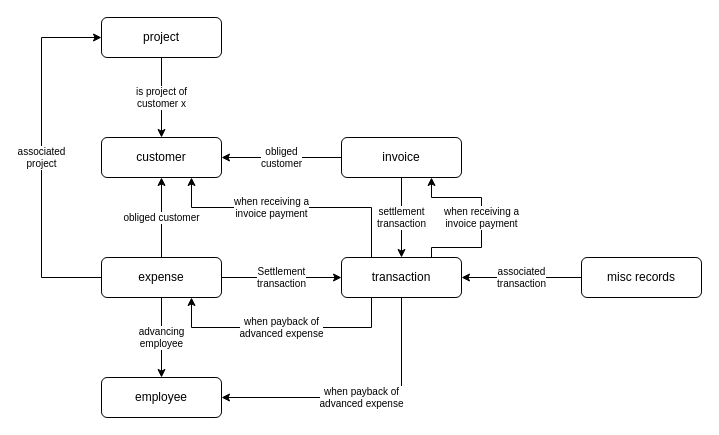
The draw.io diagram misc/data-model.drawio in 72nd/acc, before the edit. Source tidied: cells renumbered, new cells numbered last; positions are measured from the earlier drawing's top-left corner, leaving out a move shared by most shapes. Both pictures are drawn from the tidied source at 100%, with x=0, y=0 at pixel (41, 17).
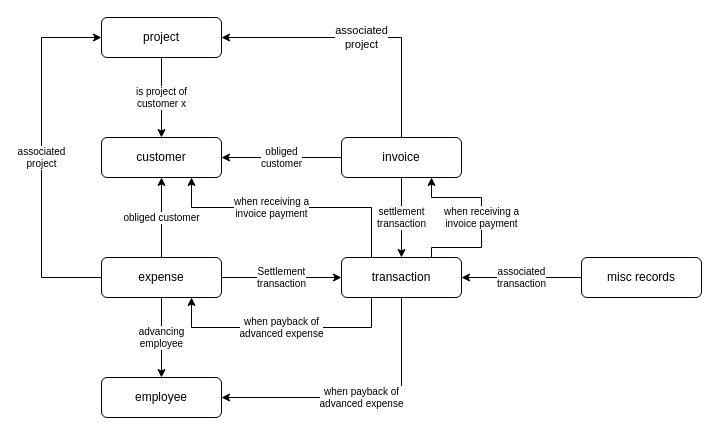
After the change.

Commit message (it also covers changes not shown here):
upated data model

The change refers to these unchanged cells:
```xml
<mxCell id="4" value="project" style="rounded=1;whiteSpace=wrap;html=1;fillColor=none;glass=0;sketch=0;fontSize=12;arcSize=14;" parent="1" vertex="1">
  <mxGeometry x="60" width="120" height="40" as="geometry" />
</mxCell>
<mxCell id="18" value="invoice" style="rounded=1;whiteSpace=wrap;html=1;fillColor=none;glass=0;sketch=0;fontSize=12;arcSize=14;" parent="1" vertex="1">
  <mxGeometry x="300" y="120" width="120" height="40" as="geometry" />
</mxCell>
```

Diff of the diagram source:
```diff
@@
+    <mxCell id="21" value="&lt;div&gt;associated&lt;/div&gt;&lt;div&gt;project&lt;br&gt;&lt;/div&gt;" style="edgeStyle=orthogonalEdgeStyle;rounded=0;jettySize=auto;html=1;exitX=0.5;exitY=0;exitDx=0;exitDy=0;entryX=1;entryY=0.5;entryDx=0;entryDy=0;" parent="1" edge="1" source="18" target="4">
+      <mxGeometry relative="1" as="geometry" />
+    </mxCell>
```
